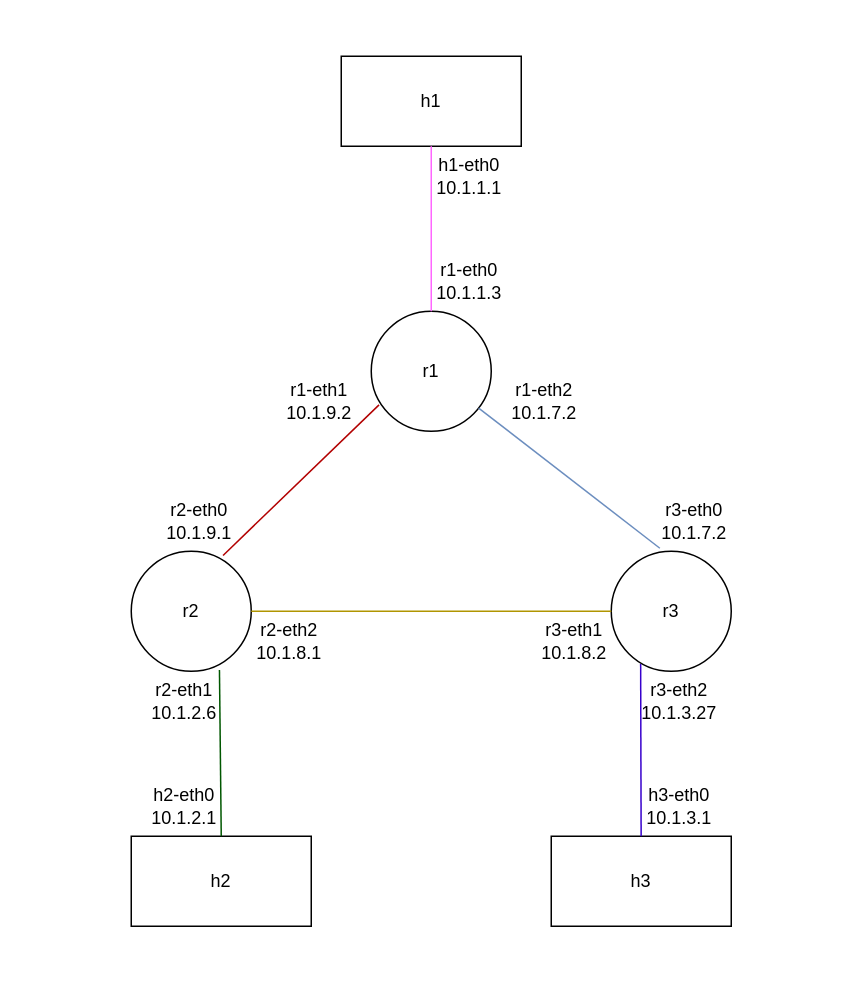
littleVrunningaround/UML-Diagram keeps this draw.io diagram as Untitled Diagram.drawio. Above is the earlier version. Source tidied: cells renumbered, new cells numbered last; positions are measured from the earlier drawing's top-left corner, leaving out a move shared by most shapes. Both pictures are drawn from the tidied source at 150%, with x=0, y=0 at pixel (130, 56).
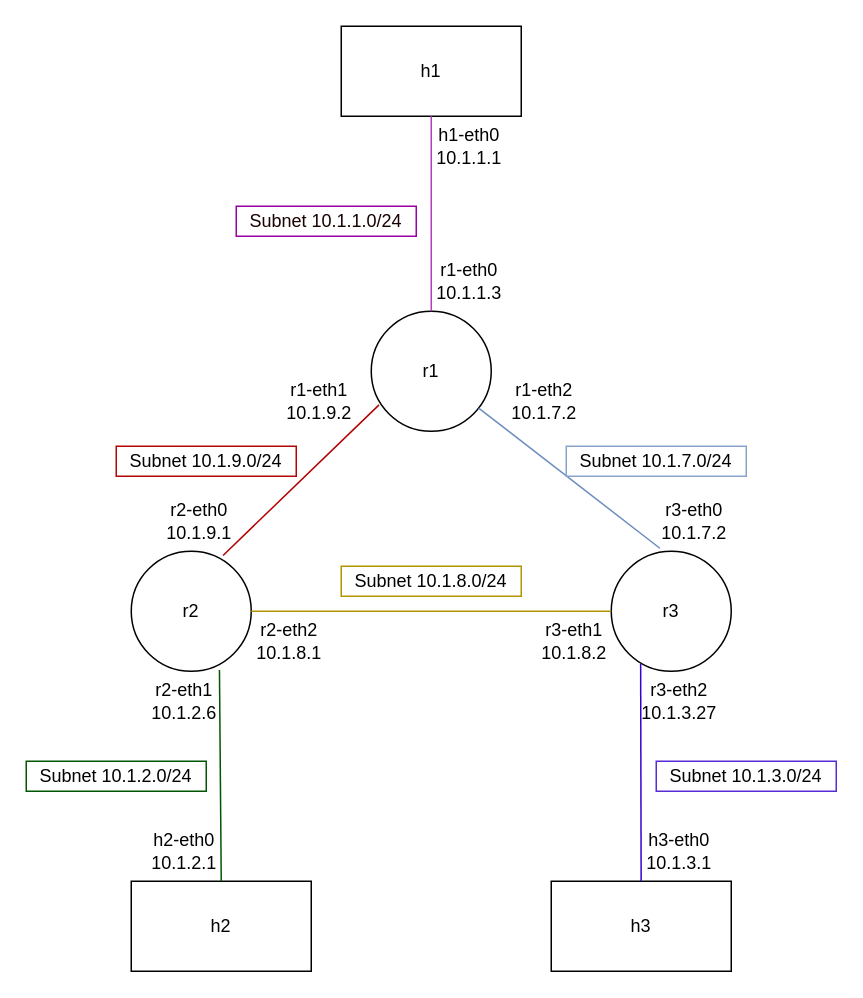
After the change.

The change refers to these unchanged cells:
```xml
<mxCell id="3" value="r1" style="ellipse;whiteSpace=wrap;html=1;" parent="1" vertex="1">
  <mxGeometry x="160" y="170" width="80" height="80" as="geometry" />
</mxCell>
```

Diff of the diagram source:
```diff
@@
     <mxCell id="2" value="h1" style="rounded=0;whiteSpace=wrap;html=1;" parent="1" vertex="1">
-      <mxGeometry x="140" width="120" height="60" as="geometry" />
+      <mxGeometry x="140" y="-20" width="120" height="60" as="geometry" />
     </mxCell>
@@
     <mxCell id="6" value="h2" style="rounded=0;whiteSpace=wrap;html=1;" parent="1" vertex="1">
-      <mxGeometry y="520" width="120" height="60" as="geometry" />
+      <mxGeometry y="550" width="120" height="60" as="geometry" />
     </mxCell>
     <mxCell id="7" value="h3" style="rounded=0;whiteSpace=wrap;html=1;" parent="1" vertex="1">
-      <mxGeometry x="280" y="520" width="120" height="60" as="geometry" />
+      <mxGeometry x="280" y="550" width="120" height="60" as="geometry" />
     </mxCell>
-    <mxCell id="8" style="endArrow=none;html=1;rounded=0;exitX=0.5;exitY=0;exitDx=0;exitDy=0;strokeColor=#FF66FF;" parent="1" edge="1" source="3" target="2">
+    <mxCell id="8" style="endArrow=none;html=1;rounded=0;exitX=0.5;exitY=0;exitDx=0;exitDy=0;strokeColor=#b240ba;" parent="1" edge="1" source="3" target="2">
       <mxGeometry relative="1" as="geometry" />
     </mxCell>
@@
     <mxCell id="14" value="h1-eth0&lt;div&gt;10.1.1.1&lt;/div&gt;" style="text;html=1;align=center;verticalAlign=middle;strokeColor=none;fillColor=none;" parent="1" vertex="1">
-      <mxGeometry x="190" y="60" width="70" height="40" as="geometry" />
+      <mxGeometry x="190" y="40" width="70" height="40" as="geometry" />
     </mxCell>
@@
     <mxCell id="22" value="h2-eth0&lt;div&gt;10.1.2.1&lt;/div&gt;" style="text;html=1;align=center;verticalAlign=middle;strokeColor=none;fillColor=none;" parent="1" vertex="1">
-      <mxGeometry y="480" width="70" height="40" as="geometry" />
+      <mxGeometry y="510" width="70" height="40" as="geometry" />
     </mxCell>
@@
     <mxCell id="25" value="h3-eth0&lt;div&gt;10.1.3.1&lt;/div&gt;" style="text;html=1;align=center;verticalAlign=middle;strokeColor=none;fillColor=none;" parent="1" vertex="1">
-      <mxGeometry x="330" y="480" width="70" height="40" as="geometry" />
+      <mxGeometry x="330" y="510" width="70" height="40" as="geometry" />
     </mxCell>
+    <mxCell id="26" value="Subnet 10.1.1.0/24" style="whiteSpace=wrap;html=1;fillColor=none;fontColor=#190101;strokeColor=#9800a3;" parent="1" vertex="1">
+      <mxGeometry x="70" y="100" width="120" height="20" as="geometry" />
+    </mxCell>
+    <mxCell id="27" value="Subnet 10.1.9.0/24" style="whiteSpace=wrap;html=1;fillColor=none;strokeColor=#b30505;" parent="1" vertex="1">
+      <mxGeometry x="-10" y="260" width="120" height="20" as="geometry" />
+    </mxCell>
+    <mxCell id="28" value="Subnet 10.1.7.0/24" style="whiteSpace=wrap;html=1;fillColor=none;strokeColor=#87a3cb;" parent="1" vertex="1">
+      <mxGeometry x="290" y="260" width="120" height="20" as="geometry" />
+    </mxCell>
+    <mxCell id="29" value="Subnet 10.1.8.0/24" style="whiteSpace=wrap;html=1;fillColor=none;strokeColor=#b09500;" parent="1" vertex="1">
+      <mxGeometry x="140" y="340" width="120" height="20" as="geometry" />
+    </mxCell>
+    <mxCell id="30" value="Subnet 10.1.2.0/24" style="whiteSpace=wrap;html=1;fillColor=none;strokeColor=#005700;" parent="1" vertex="1">
+      <mxGeometry x="-70" y="470" width="120" height="20" as="geometry" />
+    </mxCell>
+    <mxCell id="31" value="Subnet 10.1.3.0/24" style="whiteSpace=wrap;html=1;fillColor=none;strokeColor=#582ad4;" parent="1" vertex="1">
+      <mxGeometry x="350" y="470" width="120" height="20" as="geometry" />
+    </mxCell>
```
